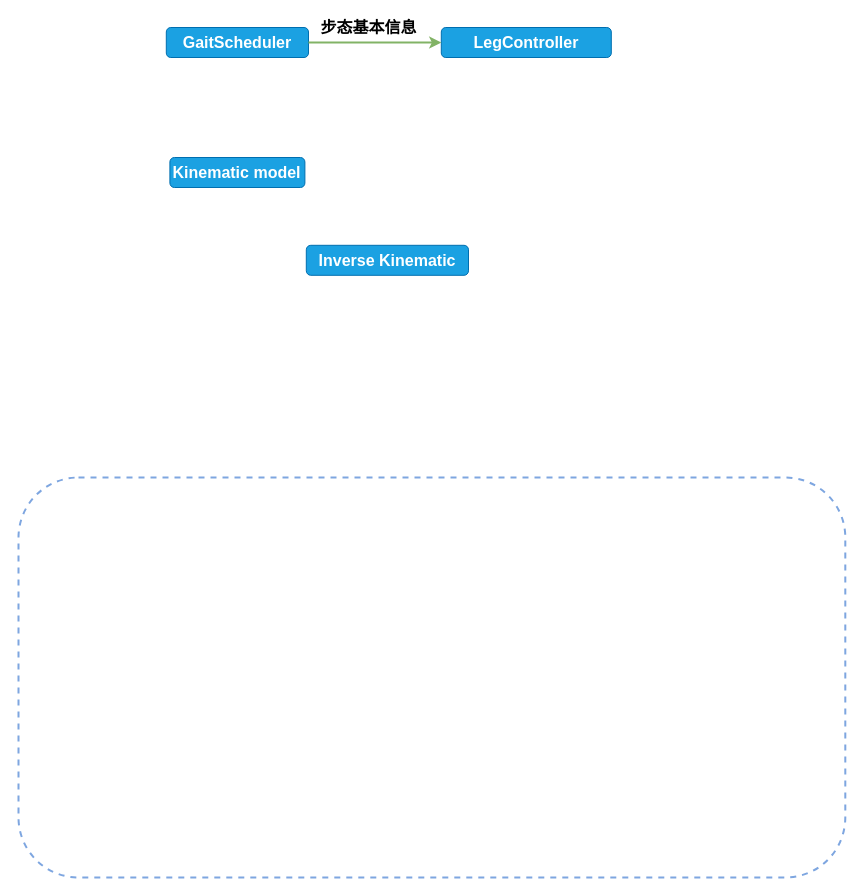
Above: quadruped-FootTrajectory.drawio in Dem-phi/Everlasting-HA.github.io (draw.io), before the change. Source tidied: cells renumbered, new cells numbered last; positions are measured from the earlier drawing's top-left corner, leaving out a move shared by most shapes. Both pictures are drawn from the tidied source at 100%, with x=0, y=0 at pixel (18, 17).
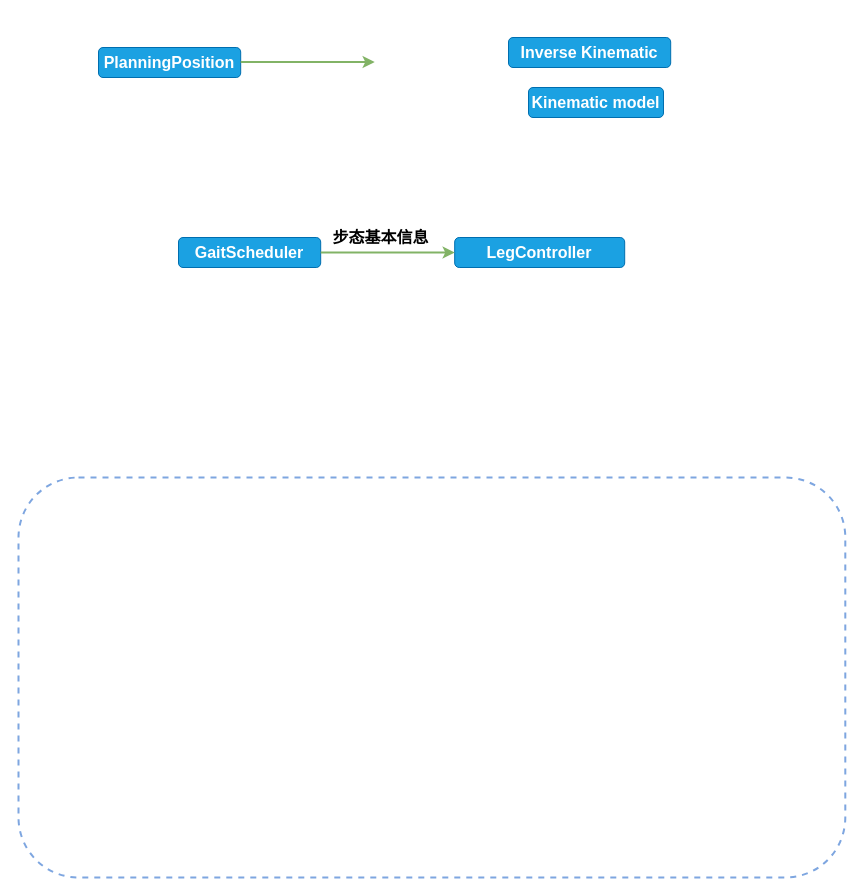
After the change.

Diff of the diagram source:
```diff
@@
 <mxGraphModel>
   <root>
     <mxCell id="0" />
     <mxCell id="1" parent="0" />
     <mxCell id="2" style="rounded=1;whiteSpace=wrap;html=1;fontSize=16;fontColor=#FFFFFF;fillColor=none;gradientColor=#ffffff;dashed=1;strokeWidth=2;strokeColor=#7EA6E0;" parent="1" vertex="1">
       <mxGeometry y="460" width="826.8" height="400" as="geometry" />
     </mxCell>
     <mxCell id="3" value="GaitScheduler" style="rounded=1;whiteSpace=wrap;html=1;fillColor=#1ba1e2;strokeColor=#006EAF;horizontal=1;fontSize=16;fontColor=#ffffff;fontStyle=1;" parent="1" vertex="1">
-      <mxGeometry x="147.8" y="10" width="142.2" height="30" as="geometry" />
+      <mxGeometry x="160" y="220" width="142.2" height="30" as="geometry" />
     </mxCell>
     <mxCell id="4" value="LegController" style="rounded=1;whiteSpace=wrap;html=1;fillColor=#1ba1e2;strokeColor=#006EAF;horizontal=1;fontSize=16;fontColor=#ffffff;fontStyle=1;" parent="1" vertex="1">
-      <mxGeometry x="422.8" y="10" width="170" height="30" as="geometry" />
+      <mxGeometry x="436.2" y="220" width="170" height="30" as="geometry" />
     </mxCell>
     <mxCell id="5" value="Inverse Kinematic" style="rounded=1;whiteSpace=wrap;html=1;fillColor=#1ba1e2;strokeColor=#006EAF;horizontal=1;fontSize=16;fontColor=#ffffff;fontStyle=1;" parent="1" vertex="1">
-      <mxGeometry x="287.8" y="227.8" width="162.2" height="30" as="geometry" />
+      <mxGeometry x="490" y="20" width="162.2" height="30" as="geometry" />
     </mxCell>
     <mxCell id="6" style="edgeStyle=orthogonalEdgeStyle;rounded=0;jettySize=auto;html=1;strokeWidth=2;fillColor=#d5e8d4;strokeColor=#82b366;exitX=1;exitY=0.5;exitDx=0;exitDy=0;entryX=0;entryY=0.5;entryDx=0;entryDy=0;" parent="1" edge="1" source="3" target="4">
       <mxGeometry relative="1" as="geometry" />
     </mxCell>
     <mxCell id="7" value="Kinematic model" style="rounded=1;whiteSpace=wrap;html=1;fillColor=#1ba1e2;strokeColor=#006EAF;horizontal=1;fontSize=16;fontColor=#ffffff;fontStyle=1;" parent="1" vertex="1">
-      <mxGeometry x="151.4" y="140" width="135" height="30" as="geometry" />
+      <mxGeometry x="510" y="70" width="135" height="30" as="geometry" />
     </mxCell>
     <mxCell id="8" value="&lt;b&gt;步态基本信息&lt;br&gt;&lt;/b&gt;" style="text;html=1;align=center;verticalAlign=middle;fillColor=none;strokeColor=none;rounded=0;fontSize=16;" parent="1" vertex="1">
-      <mxGeometry x="295" width="110" height="20" as="geometry" />
+      <mxGeometry x="307.2" y="210" width="110" height="20" as="geometry" />
     </mxCell>
+    <mxCell id="9" value="PlanningPosition" style="rounded=1;whiteSpace=wrap;html=1;fillColor=#1ba1e2;strokeColor=#006EAF;horizontal=1;fontSize=16;fontColor=#ffffff;fontStyle=1;" parent="1" vertex="1">
+      <mxGeometry x="80" y="30" width="142.2" height="30" as="geometry" />
+    </mxCell>
+    <mxCell id="10" style="edgeStyle=orthogonalEdgeStyle;rounded=0;orthogonalLoop=1;jettySize=auto;html=1;strokeWidth=2;fillColor=#d5e8d4;strokeColor=#82b366;exitX=1;exitY=0.5;exitDx=0;exitDy=0;entryX=0;entryY=0.5;entryDx=0;entryDy=0;" parent="1" edge="1">
+      <mxGeometry relative="1" as="geometry">
+        <mxPoint x="222.2" y="44.5" as="sourcePoint" />
+        <mxPoint x="356.2" y="44.5" as="targetPoint" />
+      </mxGeometry>
+    </mxCell>
   </root>
 </mxGraphModel>
```
